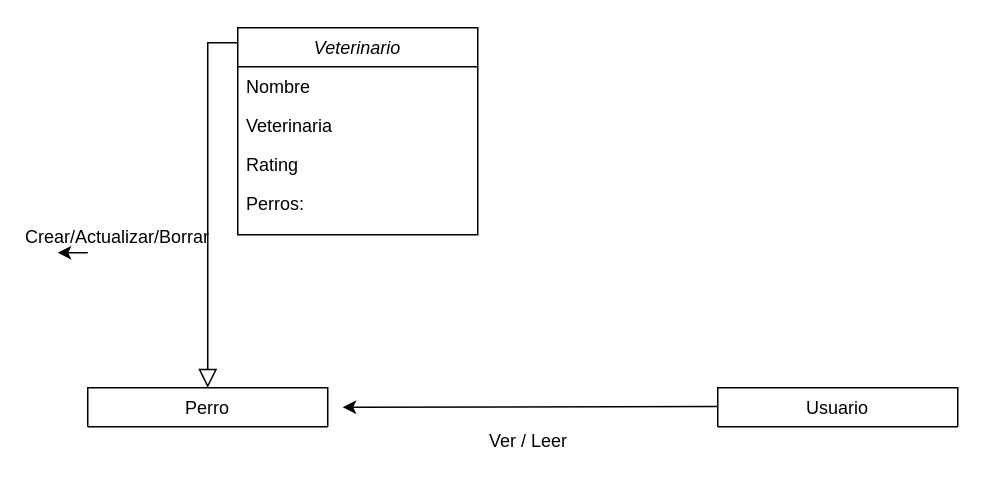
Above: diagrams/relacionusuarios.drawio in snlaight/fidopt-server (draw.io), before the change. Source tidied: cells renumbered, new cells numbered last; positions are measured from the earlier drawing's top-left corner, leaving out a move shared by most shapes. Both pictures are drawn from the tidied source at 150%, with x=0, y=0 at pixel (57, 27).
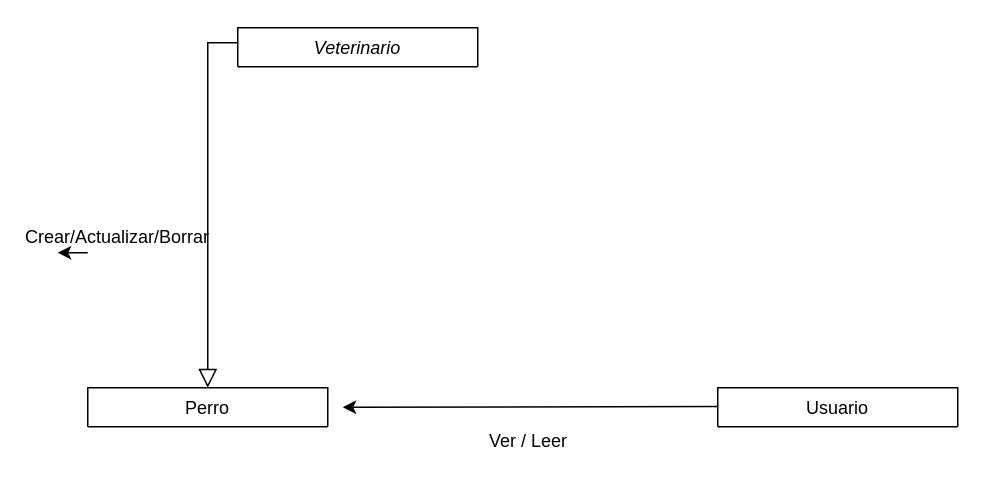
The same diagram, later.

The edit, as a diff of the source:
```diff
@@
 <mxGraphModel>
   <root>
     <mxCell id="0" />
     <mxCell id="1" parent="0" />
-    <mxCell id="2" value="Veterinario" style="swimlane;fontStyle=2;align=center;verticalAlign=top;horizontal=1;startSize=26;rounded=0;shadow=0;strokeWidth=1;" parent="1" vertex="1">
-      <mxGeometry x="120" width="160" height="138" as="geometry" />
+    <mxCell id="2" value="Veterinario" style="swimlane;fontStyle=2;align=center;verticalAlign=top;horizontal=1;startSize=26;rounded=0;shadow=0;strokeWidth=1;" parent="1" vertex="1" collapsed="1">
+      <mxGeometry x="120" width="160" height="26" as="geometry" />
     </mxCell>
-    <mxCell id="3" value="Nombre" style="text;align=left;verticalAlign=top;spacingLeft=4;spacingRight=4;overflow=hidden;" parent="2" vertex="1">
-      <mxGeometry y="26" width="160" height="26" as="geometry" />
-    </mxCell>
-    <mxCell id="4" value="Veterinaria" style="text;align=left;verticalAlign=top;spacingLeft=4;spacingRight=4;overflow=hidden;rounded=0;shadow=0;html=0;" parent="2" vertex="1">
-      <mxGeometry y="52" width="160" height="26" as="geometry" />
-    </mxCell>
-    <mxCell id="5" value="Rating" style="text;align=left;verticalAlign=top;spacingLeft=4;spacingRight=4;overflow=hidden;rounded=0;shadow=0;html=0;" parent="2" vertex="1">
-      <mxGeometry y="78" width="160" height="26" as="geometry" />
-    </mxCell>
-    <mxCell id="6" value="Perros: " style="text;align=left;verticalAlign=top;spacingLeft=4;spacingRight=4;overflow=hidden;rounded=0;shadow=0;html=0;" parent="2" vertex="1">
-      <mxGeometry y="104" width="160" height="26" as="geometry" />
-    </mxCell>
     <mxCell id="7" value="Perro" style="swimlane;fontStyle=0;align=center;verticalAlign=top;horizontal=1;startSize=26;rounded=0;shadow=0;strokeWidth=1;" parent="1" vertex="1" collapsed="1">
       <mxGeometry x="20" y="240" width="160" height="26" as="geometry" />
     </mxCell>
     <mxCell id="8" style="endArrow=block;endSize=10;endFill=0;shadow=0;strokeWidth=1;rounded=0;edgeStyle=elbowEdgeStyle;elbow=vertical;entryX=0.5;entryY=0;entryDx=0;entryDy=0;" parent="1" edge="1" target="7">
       <mxGeometry relative="1" as="geometry">
         <mxPoint x="120" y="10" as="sourcePoint" />
         <Array as="points">
           <mxPoint x="110" y="10" />
         </Array>
       </mxGeometry>
     </mxCell>
     <mxCell id="9" value="Usuario" style="swimlane;fontStyle=0;align=center;verticalAlign=top;horizontal=1;startSize=40;rounded=0;shadow=0;strokeWidth=1;" parent="1" vertex="1" collapsed="1">
       <mxGeometry x="440" y="240" width="160" height="26" as="geometry" />
     </mxCell>
     <mxCell id="10" style="edgeStyle=orthogonalEdgeStyle;rounded=0;jettySize=auto;html=1;exitX=0;exitY=1;exitDx=0;exitDy=0;" parent="1" edge="1" source="11">
       <mxGeometry relative="1" as="geometry">
         <mxPoint y="150" as="targetPoint" />
       </mxGeometry>
     </mxCell>
     <mxCell id="11" value="Crear/Actualizar/Borrar" style="text;html=1;strokeColor=none;fillColor=none;align=center;verticalAlign=middle;whiteSpace=wrap;rounded=0;" parent="1" vertex="1">
       <mxGeometry x="20" y="130" width="40" height="20" as="geometry" />
     </mxCell>
     <mxCell id="12" style="endArrow=classic;html=1;" parent="1" edge="1">
       <mxGeometry relative="1" as="geometry">
         <mxPoint x="440" y="252.5" as="sourcePoint" />
         <mxPoint x="190" y="253" as="targetPoint" />
       </mxGeometry>
     </mxCell>
     <mxCell id="13" value="Ver / Leer" style="text;html=1;strokeColor=none;fillColor=none;align=center;verticalAlign=middle;whiteSpace=wrap;rounded=0;" parent="1" vertex="1">
       <mxGeometry x="249" y="266" width="130" height="20" as="geometry" />
     </mxCell>
   </root>
 </mxGraphModel>
```
